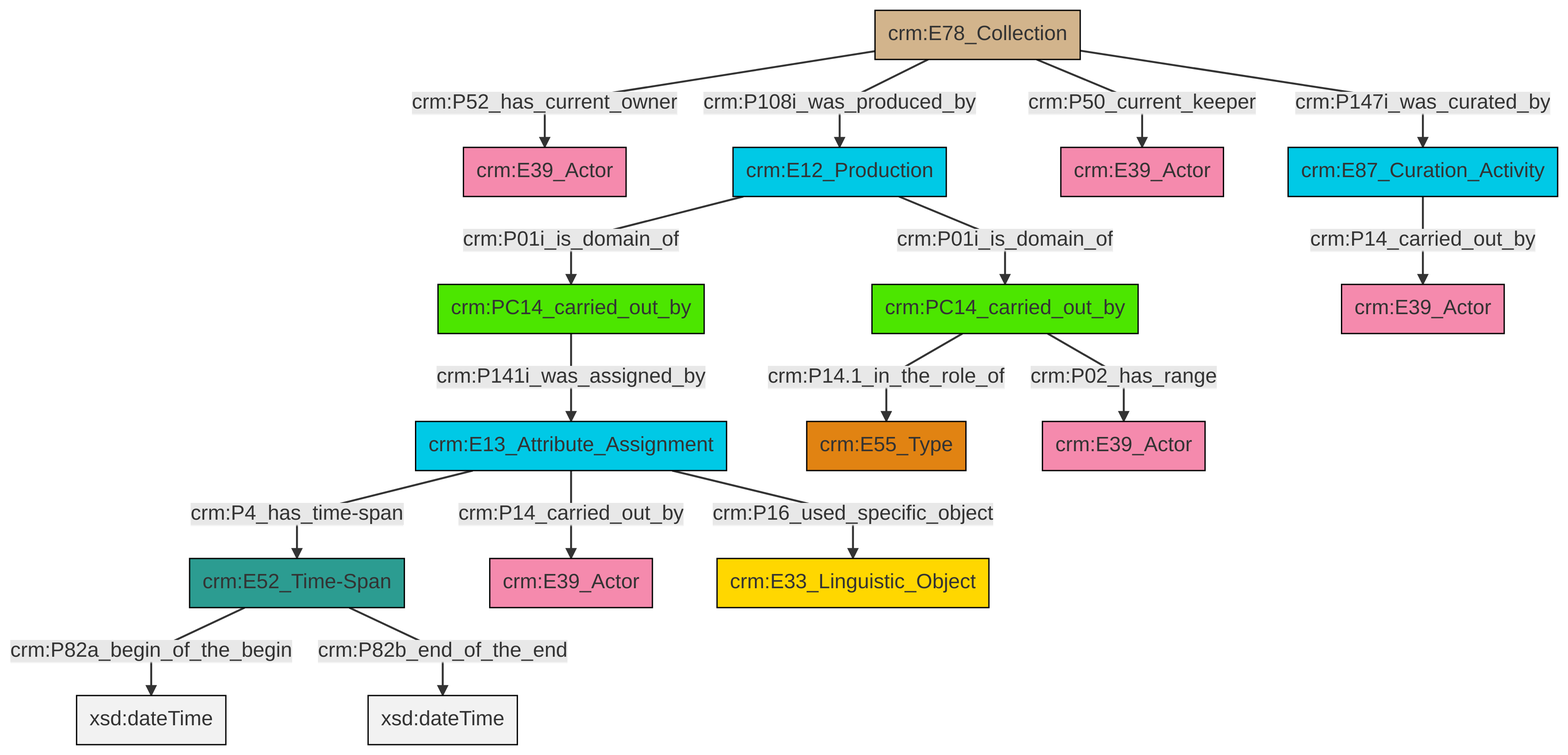
swiss-art-research-net/docs.swissartresearch keeps this Mermaid diagram as et/archivalCSV/ttl/mmd/png/archival_relation.png. Above is the earlier version. Its source is kept beside it as et/archivalCSV/ttl/mmd/archival_relation.ttl.mmd.
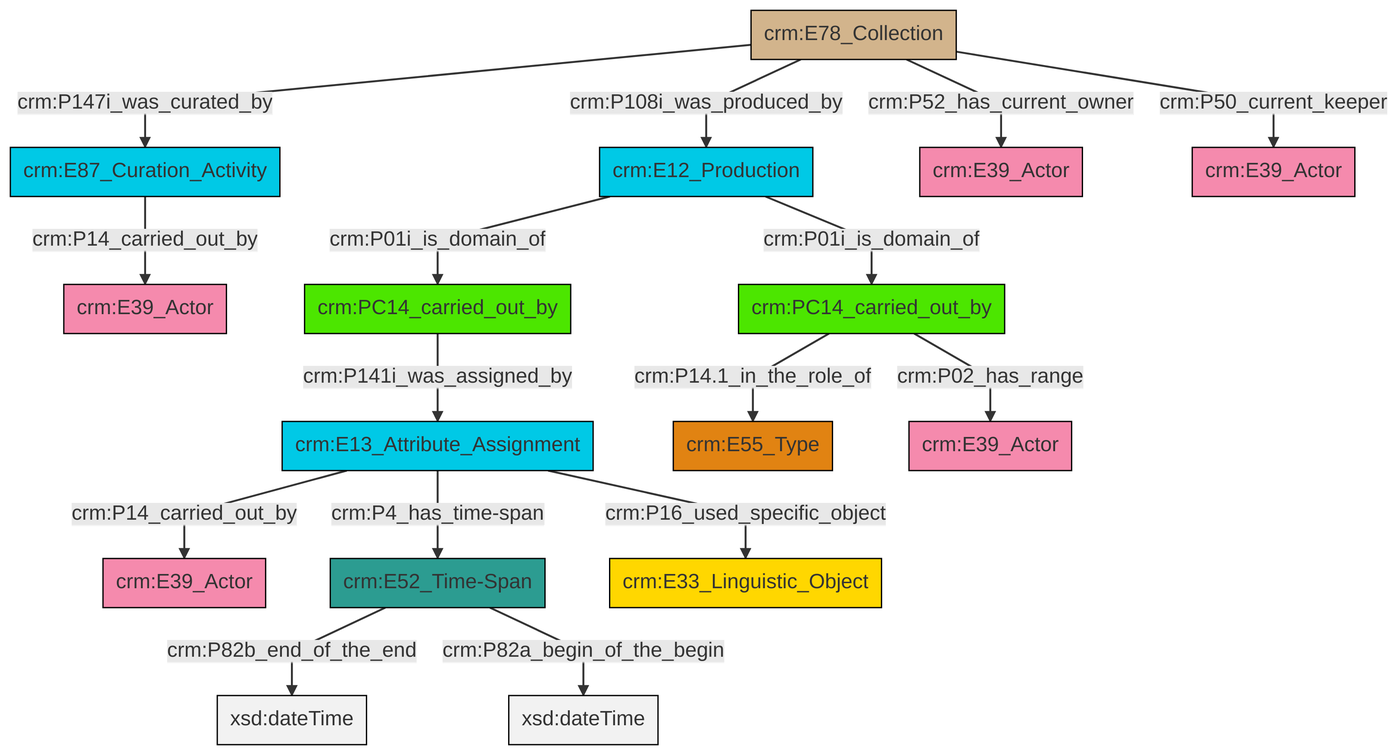
After the change.

Diff of the diagram source:
```diff
@@ -13,18 +13,18 @@
 classDef PC_Classes fill:#4ce600, stroke:#000000;
 classDef Multi fill:#cccccc,stroke:#000000;
 
-0["crm:PC14_carried_out_by"]:::PC_Classes -->|crm:P14.1_in_the_role_of| 1["crm:E55_Type"]:::Type
-9["crm:E78_Collection"]:::Physical_Thing -->|crm:P52_has_current_owner| 10["crm:E39_Actor"]:::Actor
-9["crm:E78_Collection"]:::Physical_Thing -->|crm:P108i_was_produced_by| 4["crm:E12_Production"]:::Temporal_Entity
-9["crm:E78_Collection"]:::Physical_Thing -->|crm:P50_current_keeper| 13["crm:E39_Actor"]:::Actor
-14["crm:PC14_carried_out_by"]:::PC_Classes -->|crm:P141i_was_assigned_by| 11["crm:E13_Attribute_Assignment"]:::Temporal_Entity
-15["crm:E52_Time-Span"]:::Time-Span -->|crm:P82a_begin_of_the_begin| 16[xsd:dateTime]:::Literal
-4["crm:E12_Production"]:::Temporal_Entity -->|crm:P01i_is_domain_of| 14["crm:PC14_carried_out_by"]:::PC_Classes
-0["crm:PC14_carried_out_by"]:::PC_Classes -->|crm:P02_has_range| 17["crm:E39_Actor"]:::Actor
-11["crm:E13_Attribute_Assignment"]:::Temporal_Entity -->|crm:P4_has_time-span| 15["crm:E52_Time-Span"]:::Time-Span
-15["crm:E52_Time-Span"]:::Time-Span -->|crm:P82b_end_of_the_end| 20[xsd:dateTime]:::Literal
-11["crm:E13_Attribute_Assignment"]:::Temporal_Entity -->|crm:P14_carried_out_by| 24["crm:E39_Actor"]:::Actor
-4["crm:E12_Production"]:::Temporal_Entity -->|crm:P01i_is_domain_of| 0["crm:PC14_carried_out_by"]:::PC_Classes
-11["crm:E13_Attribute_Assignment"]:::Temporal_Entity -->|crm:P16_used_specific_object| 21["crm:E33_Linguistic_Object"]:::Conceptual_Object
-9["crm:E78_Collection"]:::Physical_Thing -->|crm:P147i_was_curated_by| 6["crm:E87_Curation_Activity"]:::Temporal_Entity
-6["crm:E87_Curation_Activity"]:::Temporal_Entity -->|crm:P14_carried_out_by| 2["crm:E39_Actor"]:::Actor
+0["crm:E87_Curation_Activity"]:::Temporal_Entity -->|crm:P14_carried_out_by| 1["crm:E39_Actor"]:::Actor
+4["crm:E52_Time-Span"]:::Time-Span -->|crm:P82b_end_of_the_end| 5[xsd:dateTime]:::Literal
+6["crm:E13_Attribute_Assignment"]:::Temporal_Entity -->|crm:P16_used_specific_object| 7["crm:E33_Linguistic_Object"]:::Conceptual_Object
+6["crm:E13_Attribute_Assignment"]:::Temporal_Entity -->|crm:P4_has_time-span| 4["crm:E52_Time-Span"]:::Time-Span
+9["crm:E78_Collection"]:::Physical_Thing -->|crm:P147i_was_curated_by| 0["crm:E87_Curation_Activity"]:::Temporal_Entity
+10["crm:E12_Production"]:::Temporal_Entity -->|crm:P01i_is_domain_of| 11["crm:PC14_carried_out_by"]:::PC_Classes
+10["crm:E12_Production"]:::Temporal_Entity -->|crm:P01i_is_domain_of| 16["crm:PC14_carried_out_by"]:::PC_Classes
+11["crm:PC14_carried_out_by"]:::PC_Classes -->|crm:P141i_was_assigned_by| 6["crm:E13_Attribute_Assignment"]:::Temporal_Entity
+4["crm:E52_Time-Span"]:::Time-Span -->|crm:P82a_begin_of_the_begin| 19[xsd:dateTime]:::Literal
+9["crm:E78_Collection"]:::Physical_Thing -->|crm:P108i_was_produced_by| 10["crm:E12_Production"]:::Temporal_Entity
+9["crm:E78_Collection"]:::Physical_Thing -->|crm:P52_has_current_owner| 12["crm:E39_Actor"]:::Actor
+6["crm:E13_Attribute_Assignment"]:::Temporal_Entity -->|crm:P14_carried_out_by| 2["crm:E39_Actor"]:::Actor
+16["crm:PC14_carried_out_by"]:::PC_Classes -->|crm:P14.1_in_the_role_of| 14["crm:E55_Type"]:::Type
+16["crm:PC14_carried_out_by"]:::PC_Classes -->|crm:P02_has_range| 22["crm:E39_Actor"]:::Actor
+9["crm:E78_Collection"]:::Physical_Thing -->|crm:P50_current_keeper| 20["crm:E39_Actor"]:::Actor
```
